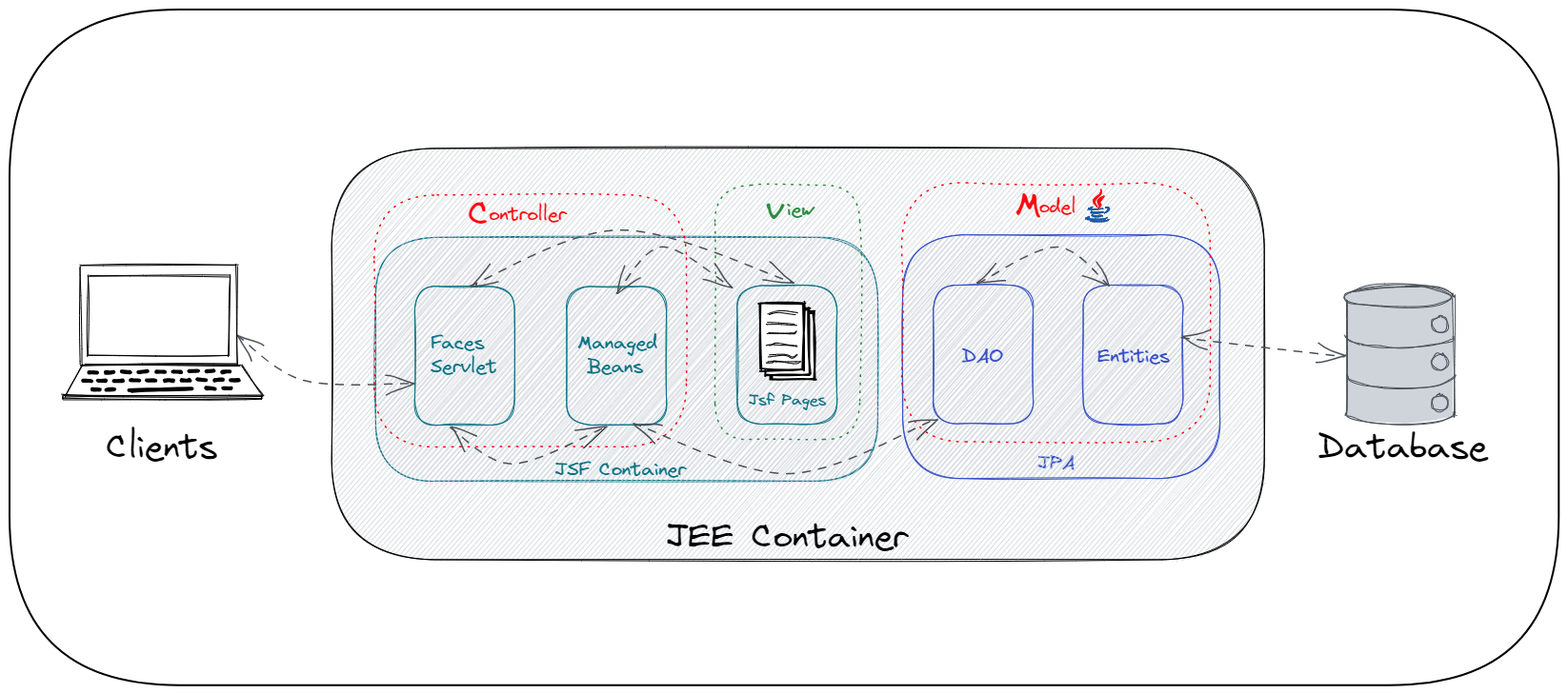
malouu/Diag_JEE keeps this Excalidraw diagram as MVC.excalidraw.png. Above is the earlier version. Source tidied: one line per element, renumbered; positions are measured from the earlier drawing's top-left corner, leaving out a move shared by most shapes.
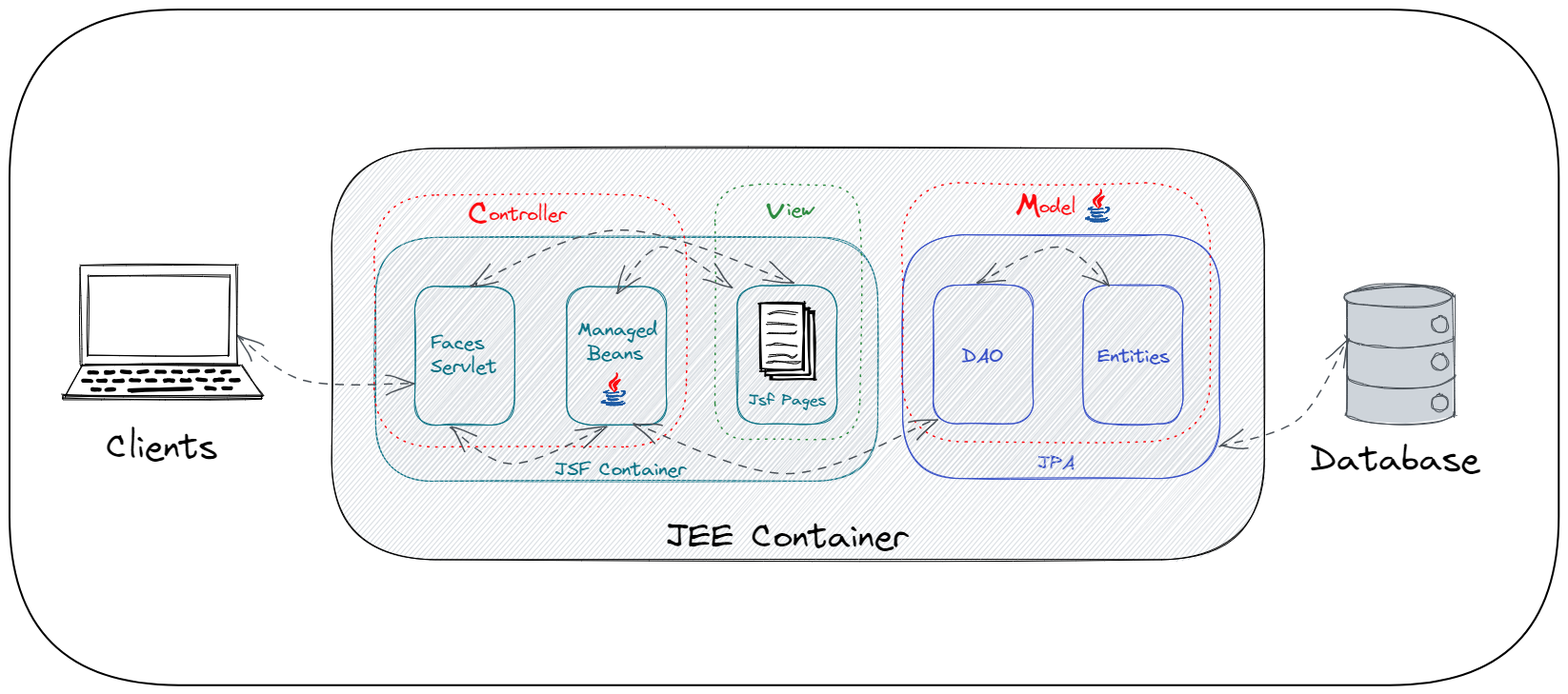
After the change.

The edit, as a diff of the source:
```diff
@@ -5,7 +5,7 @@
 {"id": 4, "type": "rectangle", "strokeColor": "#0b7285", "strokeWidth": 1, "roughness": 1, "x": 425, "y": 291, "width": 105, "height": 146}
 {"id": 5, "type": "text", "text": "Faces \nServlet", "strokeColor": "#0b7285", "strokeWidth": 1, "roughness": 1, "fontSize": 20, "fontFamily": 1, "x": 442, "y": 339, "width": 72, "height": 50}
 {"id": 6, "type": "rectangle", "strokeColor": "#0b7285", "strokeWidth": 1, "roughness": 1, "x": 585, "y": 291, "width": 105, "height": 146}
-{"id": 7, "type": "text", "text": "Managed\n Beans", "strokeColor": "#0b7285", "strokeWidth": 1, "roughness": 1, "fontSize": 20, "fontFamily": 1, "x": 596, "y": 339, "width": 85, "height": 50}
+{"id": 7, "type": "text", "text": "Managed\n Beans", "strokeColor": "#0b7285", "strokeWidth": 1, "roughness": 1, "fontSize": 20, "fontFamily": 1, "x": 596, "y": 325, "width": 85, "height": 50}
 {"id": 8, "type": "rectangle", "strokeColor": "#364fc7", "backgroundColor": "#ced4da", "fillStyle": "hachure", "strokeWidth": 1, "roughness": 1, "x": 938, "y": 237, "width": 333, "height": 256}
 {"id": 9, "type": "rectangle", "strokeColor": "#364fc7", "strokeWidth": 1, "roughness": 1, "x": 970, "y": 290, "width": 105, "height": 146}
 {"id": 10, "type": "text", "text": "DAO", "strokeColor": "#364fc7", "strokeWidth": 1, "roughness": 1, "fontSize": 20, "fontFamily": 1, "x": 999, "y": 352, "width": 45, "height": 25}
@@ -48,10 +48,10 @@
 {"id": 47, "type": "ellipse", "strokeColor": "#495057", "backgroundColor": "#ced4da", "fillStyle": "solid", "strokeWidth": 1, "roughness": 1, "x": 1493, "y": 362, "width": 16, "height": 18}
 {"id": 48, "type": "ellipse", "strokeColor": "#495057", "backgroundColor": "#ced4da", "fillStyle": "solid", "strokeWidth": 1, "roughness": 1, "x": 1493, "y": 404, "width": 16, "height": 18}
 {"id": 49, "type": "arrow", "strokeColor": "#495057", "backgroundColor": "#ced4da", "fillStyle": "hachure", "strokeWidth": 1, "strokeStyle": "dashed", "roughness": 1, "startArrowhead": "arrow", "endArrowhead": "arrow", "from": 9, "x": 1017, "y": 288, "width": 138, "height": 40, "points": [[0, 0], [81, -39], [138, 1]]}
-{"id": 50, "type": "arrow", "strokeColor": "#495057", "backgroundColor": "#ced4da", "fillStyle": "hachure", "strokeWidth": 1, "strokeStyle": "dashed", "roughness": 1, "startArrowhead": "arrow", "endArrowhead": "arrow", "from": 12, "x": 1230, "y": 345, "width": 171, "height": 20, "points": [[0, 0], [171, 20]]}
+{"id": 50, "type": "arrow", "strokeColor": "#495057", "backgroundColor": "#ced4da", "fillStyle": "hachure", "strokeWidth": 1, "strokeStyle": "dashed", "roughness": 1, "startArrowhead": "arrow", "endArrowhead": "arrow", "from": 31, "x": 1270, "y": 459, "width": 133, "height": 111, "points": [[0, 0], [84, -29], [133, -111]]}
 {"id": 51, "type": "arrow", "strokeColor": "#495057", "backgroundColor": "#ced4da", "fillStyle": "hachure", "strokeWidth": 1, "strokeStyle": "dashed", "roughness": 1, "startArrowhead": "arrow", "endArrowhead": "arrow", "from": 4, "to": 5, "x": 490, "y": 289, "width": 0, "height": 0, "points": [[0, 0], [0, 0]]}
 {"id": 52, "type": "text", "text": "Clients", "strokeColor": "#000000", "backgroundColor": "#ced4da", "fillStyle": "hachure", "strokeWidth": 1, "strokeStyle": "dashed", "roughness": 1, "fontSize": 36, "fontFamily": 1, "x": 101, "y": 438, "width": 119, "height": 46}
-{"id": 53, "type": "text", "text": "Database", "strokeColor": "#000000", "backgroundColor": "#ced4da", "fillStyle": "hachure", "strokeWidth": 1, "strokeStyle": "dashed", "roughness": 1, "fontSize": 36, "fontFamily": 1, "x": 1373, "y": 438, "width": 180, "height": 46}
+{"id": 53, "type": "text", "text": "Database", "strokeColor": "#000000", "backgroundColor": "#ced4da", "fillStyle": "hachure", "strokeWidth": 1, "strokeStyle": "dashed", "roughness": 1, "fontSize": 36, "fontFamily": 1, "x": 1375, "y": 448, "width": 180, "height": 46}
 {"id": 54, "type": "arrow", "strokeColor": "#495057", "backgroundColor": "#ced4da", "fillStyle": "hachure", "strokeWidth": 1, "strokeStyle": "dashed", "roughness": 1, "startArrowhead": "arrow", "endArrowhead": "arrow", "from": 58, "to": 4, "x": 238, "y": 343, "width": 187, "height": 50, "points": [[0, 0], [70, 46], [187, 50]]}
 {"id": 55, "type": "rectangle", "strokeColor": "#000000", "strokeWidth": 2, "roughness": 0, "x": 0, "y": 0, "width": 1626, "height": 710}
 {"id": 56, "type": "arrow", "strokeColor": "#495057", "strokeWidth": 1, "strokeStyle": "dashed", "roughness": 1, "startArrowhead": "arrow", "endArrowhead": "arrow", "x": 655, "y": 435, "width": 319, "height": 59, "points": [[0, 0], [162, 53], [319, -6]]}
@@ -86,3 +86,11 @@
 {"id": 85, "type": "rectangle", "strokeColor": "#000000", "strokeWidth": 1, "roughness": 1, "x": 56, "y": 405, "width": 209, "height": 4}
 {"id": 86, "type": "arrow", "strokeColor": "#495057", "strokeWidth": 1, "strokeStyle": "dashed", "roughness": 1, "startArrowhead": "arrow", "endArrowhead": "arrow", "from": 4, "to": 26, "x": 483, "y": 291, "width": 340, "height": 60, "points": [[0, 0], [159, -60], [340, -3]]}
 {"id": 87, "type": "arrow", "strokeColor": "#495057", "strokeWidth": 1, "strokeStyle": "dashed", "roughness": 1, "startArrowhead": "arrow", "endArrowhead": "arrow", "from": 4, "to": 6, "x": 463, "y": 440, "width": 162, "height": 39, "points": [[0, 0], [65, 37], [162, -2]]}
+{"id": 88, "type": "line", "strokeColor": "#1555a1", "backgroundColor": "#1555a1", "fillStyle": "solid", "strokeWidth": 1, "roughness": 0, "x": 629, "y": 400, "width": 15, "height": 3, "points": [[0, 0], [-4, 2], [-4, 2], [4, 3], [11, 2], [4, 2], [0, 2], [-3, 2], [-2, 1], [0, 0]]}
+{"id": 89, "type": "line", "strokeColor": "#1555a1", "backgroundColor": "#1555a1", "fillStyle": "solid", "strokeWidth": 1, "roughness": 0, "x": 642, "y": 401, "width": 5, "height": 6, "points": [[0, 0], [2, 0], [3, 1], [3, 3], [1, 4], [-1, 6], [2, 5], [3, 4], [4, 2], [4, 0], [3, 0], [0, 0]]}
+{"id": 90, "type": "line", "strokeColor": "#1555a1", "backgroundColor": "#1555a1", "fillStyle": "solid", "strokeWidth": 1, "roughness": 0, "x": 628, "y": 404, "width": 12, "height": 2, "points": [[0, 0], [-1, 1], [0, 2], [6, 2], [11, 2], [10, 1], [8, 1], [5, 1], [2, 1], [0, 1], [0, 0]]}
+{"id": 91, "type": "line", "strokeColor": "#1555a1", "backgroundColor": "#1555a1", "fillStyle": "solid", "strokeWidth": 1, "roughness": 0, "x": 629, "y": 408, "width": 11, "height": 3, "points": [[0, 0], [-1, 1], [0, 2], [1, 3], [5, 3], [10, 2], [10, 1], [9, 1], [8, 1], [6, 1], [4, 2], [1, 1], [0, 1], [0, 0]]}
+{"id": 92, "type": "line", "strokeColor": "#1555a1", "backgroundColor": "#1555a1", "fillStyle": "solid", "strokeWidth": 1, "roughness": 0, "x": 644, "y": 411, "width": 23, "height": 3, "points": [[0, 0], [-1, 1], [-2, 1], [-3, 2], [-6, 2], [-10, 3], [-15, 3], [-19, 3], [-22, 2], [-23, 1], [-22, 1], [-20, 0], [-19, 0], [-20, 0], [-21, 1], [-21, 1], [-19, 2], [-16, 2], [-13, 2], [-7, 2], [-3, 1], [-1, 1], [0, 0]]}
+{"id": 93, "type": "line", "strokeColor": "#1555a1", "backgroundColor": "#1555a1", "fillStyle": "solid", "strokeWidth": 1, "roughness": 0, "x": 626, "y": 415, "width": 20, "height": 3, "points": [[0, 0], [2, 0], [4, 1], [10, 1], [14, 1], [16, 0], [18, 0], [20, -2], [18, -1], [16, 0], [12, 0], [9, 0], [6, 0], [3, 0], [0, 0]]}
+{"id": 94, "type": "line", "strokeColor": "#fc090f", "backgroundColor": "#fc090f", "fillStyle": "solid", "strokeWidth": 1, "roughness": 0, "x": 637, "y": 382, "width": 9, "height": 18, "points": [[0, 0], [1, 2], [1, 3], [0, 5], [-1, 6], [-3, 8], [-5, 10], [-6, 12], [-6, 14], [-5, 16], [-4, 18], [-4, 18], [-6, 16], [-7, 15], [-8, 13], [-8, 12], [-7, 11], [-6, 9], [-4, 7], [-1, 5], [0, 4], [0, 2], [0, 0]]}
+{"id": 95, "type": "line", "strokeColor": "#fc090f", "backgroundColor": "#fc090f", "fillStyle": "solid", "strokeWidth": 1, "roughness": 0, "x": 641, "y": 389, "width": 7, "height": 12, "points": [[0, 0], [-2, 1], [-3, 1], [-5, 2], [-6, 3], [-7, 5], [-7, 7], [-6, 9], [-5, 10], [-5, 11], [-6, 12], [-6, 12], [-5, 11], [-4, 10], [-4, 8], [-5, 7], [-5, 5], [-4, 4], [-5, 6], [0, 0]]}
```
